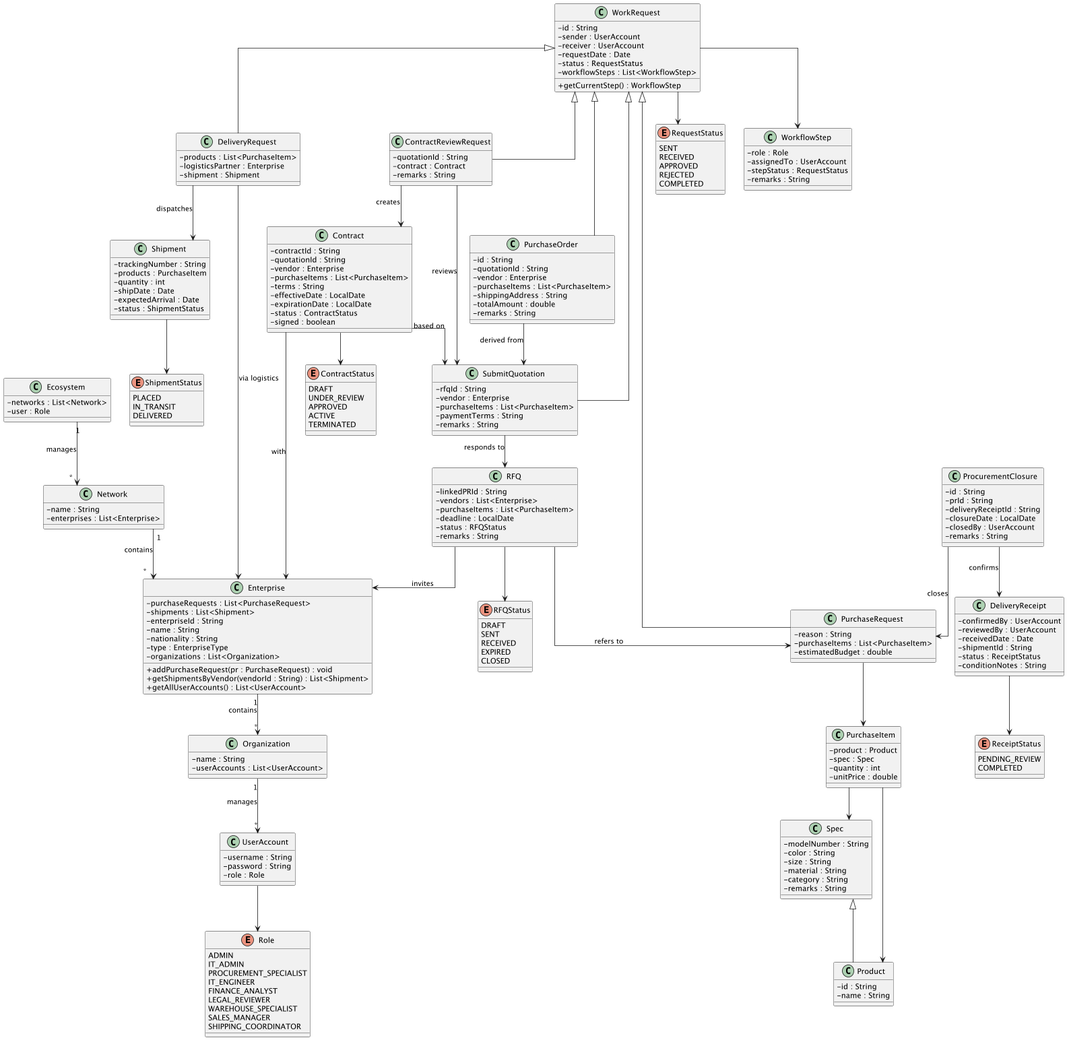
The PlantUML diagram requirement/diagram.png in IsaacTai123/procurement_ecosystem, before a commit. Its diagram source:
```plantuml
@startuml
skinparam linetype ortho
skinparam classAttributeIconSize 0


class Ecosystem {
    - networks : List<Network>
    - user : Role
}

class Network {
    - name : String
    - enterprises : List<Enterprise>
}

Ecosystem "1" --> "*" Network : manages


class Enterprise {
    - purchaseRequests : List<PurchaseRequest>
    - shipments : List<Shipment>
    - enterpriseId : String
    - name : String
    - nationality : String
    - type : EnterpriseType
    - organizations : List<Organization>
    + addPurchaseRequest(pr : PurchaseRequest) : void
    + getShipmentsByVendor(vendorId : String) : List<Shipment>
    + getAllUserAccounts() : List<UserAccount>
}

class Organization {
    - name : String
    - userAccounts : List<UserAccount>
}

Network "1" --> "*" Enterprise : contains
Enterprise "1" --> "*" Organization : contains
Organization "1" --> "*" UserAccount : manages


class UserAccount {
    - username : String
    - password : String
    - role : Role
}

enum Role {
    ADMIN
    IT_ADMIN
    PROCUREMENT_SPECIALIST
    IT_ENGINEER
    FINANCE_ANALYST
    LEGAL_REVIEWER
    WAREHOUSE_SPECIALIST
    SALES_MANAGER
    SHIPPING_COORDINATOR
}

UserAccount --> Role


class WorkRequest {
    - id : String
    - sender : UserAccount
    - receiver : UserAccount
    - requestDate : Date
    - status : RequestStatus
    - workflowSteps : List<WorkflowStep>
    + getCurrentStep() : WorkflowStep
}

enum RequestStatus {
    SENT
    RECEIVED
    APPROVED
    REJECTED
    COMPLETED
}

class WorkflowStep {
    - role : Role
    - assignedTo : UserAccount
    - stepStatus : RequestStatus
    - remarks : String
}

WorkRequest --> RequestStatus
WorkRequest --> WorkflowStep

WorkRequest <|-- PurchaseRequest
WorkRequest <|-- SubmitQuotation
WorkRequest <|-- PurchaseOrder
WorkRequest <|-- ContractReviewRequest
WorkRequest <|-- DeliveryRequest


class PurchaseRequest {
    - reason : String
    - purchaseItems : List<PurchaseItem>
    - estimatedBudget : double
}

class SubmitQuotation {
    - rfqId : String
    - vendor : Enterprise
    - purchaseItems : List<PurchaseItem>
    - paymentTerms : String
    - remarks : String
}

class PurchaseOrder {
    - id : String
    - quotationId : String
    - vendor : Enterprise
    - purchaseItems : List<PurchaseItem>
    - shippingAddress : String
    - totalAmount : double
    - remarks : String
}

class ContractReviewRequest {
    - quotationId : String
    - contract : Contract
    - remarks : String
}

class DeliveryRequest {
    - products : List<PurchaseItem>
    - logisticsPartner : Enterprise
    - shipment : Shipment
}

class ProcurementClosure {
    - id : String
    - prId : String
    - deliveryReceiptId : String
    - closureDate : LocalDate
    - closedBy : UserAccount
    - remarks : String
}


class RFQ {
    - linkedPRId : String
    - vendors : List<Enterprise>
    - purchaseItems : List<PurchaseItem>
    - deadline : LocalDate
    - status : RFQStatus
    - remarks : String
}

enum RFQStatus {
    DRAFT
    SENT
    RECEIVED
    EXPIRED
    CLOSED
}

RFQ --> RFQStatus

class Contract {
    - contractId : String
    - quotationId : String
    - vendor : Enterprise
    - purchaseItems : List<PurchaseItem>
    - terms : String
    - effectiveDate : LocalDate
    - expirationDate : LocalDate
    - status : ContractStatus
    - signed : boolean
}

enum ContractStatus {
    DRAFT
    UNDER_REVIEW
    APPROVED
    ACTIVE
    TERMINATED
}

Contract --> ContractStatus

class Shipment {
    - trackingNumber : String
    - products : PurchaseItem
    - quantity : int
    - shipDate : Date
    - expectedArrival : Date
    - status : ShipmentStatus
}

enum ShipmentStatus {
    PLACED
    IN_TRANSIT
    DELIVERED
}

Shipment --> ShipmentStatus

class DeliveryReceipt {
    - confirmedBy : UserAccount
    - reviewedBy : UserAccount
    - receivedDate : Date
    - shipmentId : String
    - status : ReceiptStatus
    - conditionNotes : String
}

enum ReceiptStatus {
    PENDING_REVIEW
    COMPLETED
}

DeliveryReceipt --> ReceiptStatus

class Spec {
    - modelNumber : String
    - color : String
    - size : String
    - material : String
    - category : String
    - remarks : String
}

class Product extends Spec {
    - id : String
    - name : String
}

class PurchaseItem {
    - product : Product
    - spec : Spec
    - quantity : int
    - unitPrice : double
}

PurchaseRequest --> PurchaseItem
PurchaseItem --> Product
PurchaseItem --> Spec


RFQ --> PurchaseRequest : refers to
RFQ --> Enterprise : invites

SubmitQuotation --> RFQ : responds to

ContractReviewRequest --> SubmitQuotation : reviews
ContractReviewRequest --> Contract : creates

PurchaseOrder --> SubmitQuotation : derived from
Contract --> Enterprise : with
Contract --> SubmitQuotation : based on

DeliveryRequest --> Enterprise : via logistics
DeliveryRequest --> Shipment : dispatches

ProcurementClosure --> PurchaseRequest : closes
ProcurementClosure --> DeliveryReceipt : confirms
@enduml
```
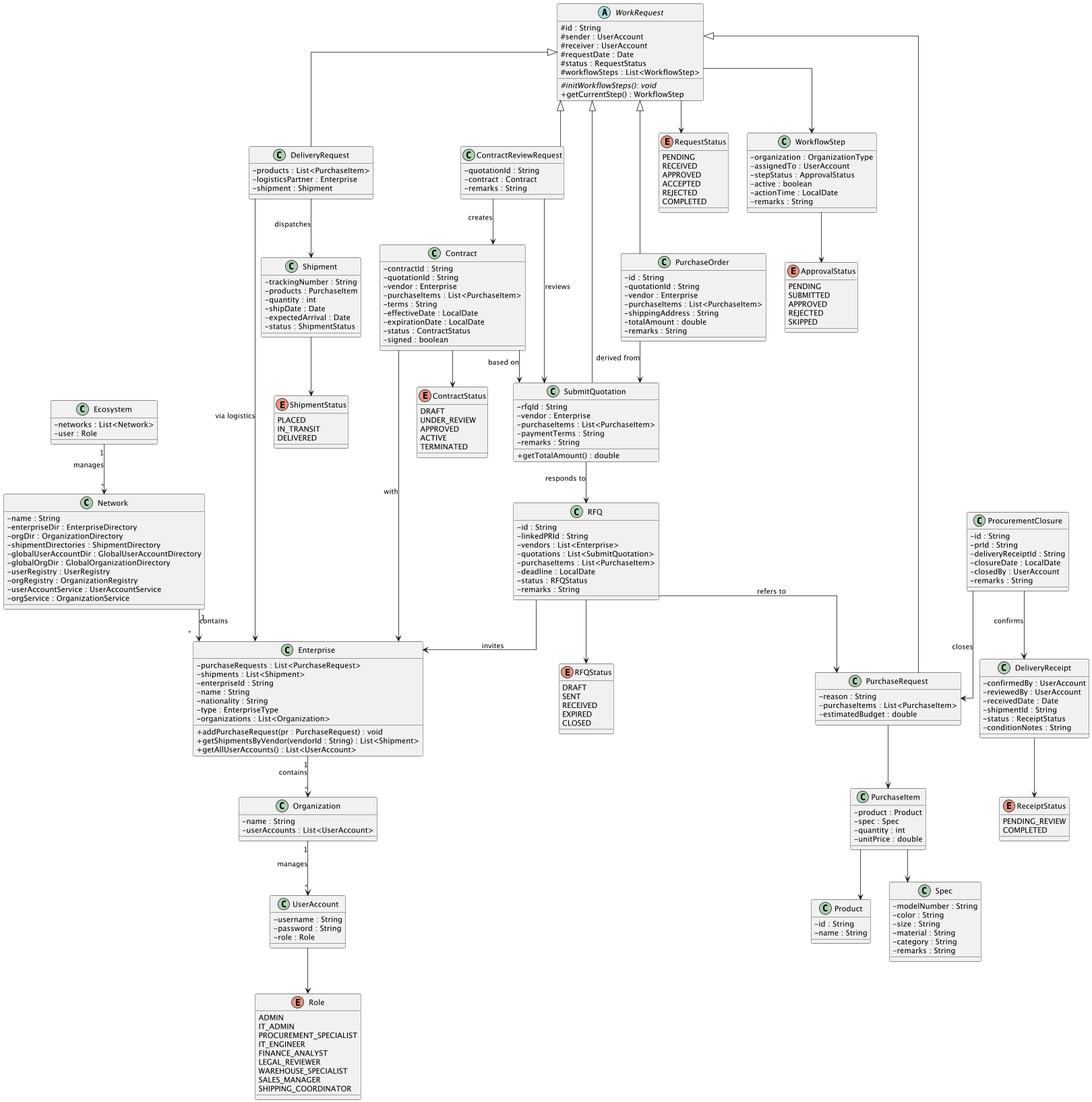
Later version of the same file.

The edit, as a diff of the source:
```diff
@@ -10,7 +10,15 @@
 
 class Network {
     - name : String
-    - enterprises : List<Enterprise>
+    - enterpriseDir : EnterpriseDirectory
+    - orgDir : OrganizationDirectory
+    - shipmentDirectories : ShipmentDirectory
+    - globalUserAccountDir : GlobalUserAccountDirectory
+    - globalOrgDir : GlobalOrganizationDirectory
+    - userRegistry : UserRegistry
+    - orgRegistry : OrganizationRegistry
+    - userAccountService : UserAccountService
+    - orgService : OrganizationService
 }
 
 Ecosystem "1" --> "*" Network : manages
@@ -60,30 +68,44 @@
 UserAccount --> Role
 
 
-class WorkRequest {
-    - id : String
-    - sender : UserAccount
-    - receiver : UserAccount
-    - requestDate : Date
-    - status : RequestStatus
-    - workflowSteps : List<WorkflowStep>
+abstract class WorkRequest {
+    # id : String
+    # sender : UserAccount
+    # receiver : UserAccount
+    # requestDate : Date
+    # status : RequestStatus
+    # workflowSteps : List<WorkflowStep>
+    {abstract} # initWorkflowSteps(): void
     + getCurrentStep() : WorkflowStep
 }
 
 enum RequestStatus {
-    SENT
+    PENDING
     RECEIVED
     APPROVED
+    ACCEPTED
     REJECTED
     COMPLETED
 }
 
 class WorkflowStep {
-    - role : Role
+    - organization : OrganizationType
     - assignedTo : UserAccount
-    - stepStatus : RequestStatus
+    - stepStatus : ApprovalStatus
+    - active : boolean
+    - actionTime : LocalDate
     - remarks : String
 }
+
+enum ApprovalStatus {
+    PENDING
+    SUBMITTED
+    APPROVED
+    REJECTED
+    SKIPPED
+}
+
+WorkflowStep --> ApprovalStatus
 
 WorkRequest --> RequestStatus
 WorkRequest --> WorkflowStep
@@ -107,6 +129,7 @@
     - purchaseItems : List<PurchaseItem>
     - paymentTerms : String
     - remarks : String
+    + getTotalAmount() : double
 }
 
 class PurchaseOrder {
@@ -142,8 +165,10 @@
 
 
 class RFQ {
+    - id : String
     - linkedPRId : String
     - vendors : List<Enterprise>
+    - quotations : List<SubmitQuotation>
     - purchaseItems : List<PurchaseItem>
     - deadline : LocalDate
     - status : RFQStatus
@@ -224,7 +249,7 @@
     - remarks : String
 }
 
-class Product extends Spec {
+class Product {
     - id : String
     - name : String
 }
```
